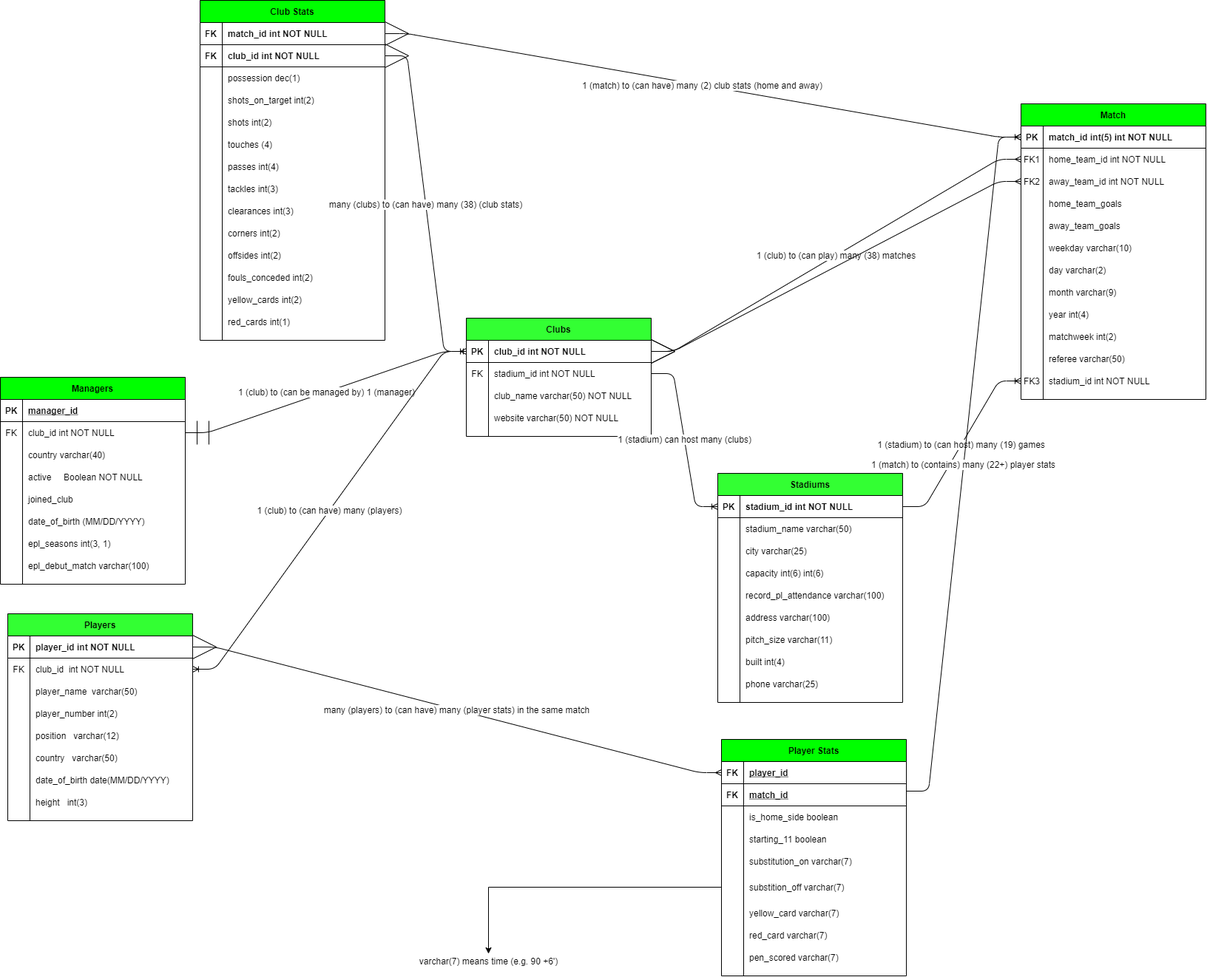
Above: Premier League Database.png in narekzamanyan97/Scraped-EPL-Data-Into-a-Database (draw.io), before the change. Source tidied: cells renumbered, new cells last; positions are measured from the earlier drawing's top-left corner, leaving out a move shared by most shapes.
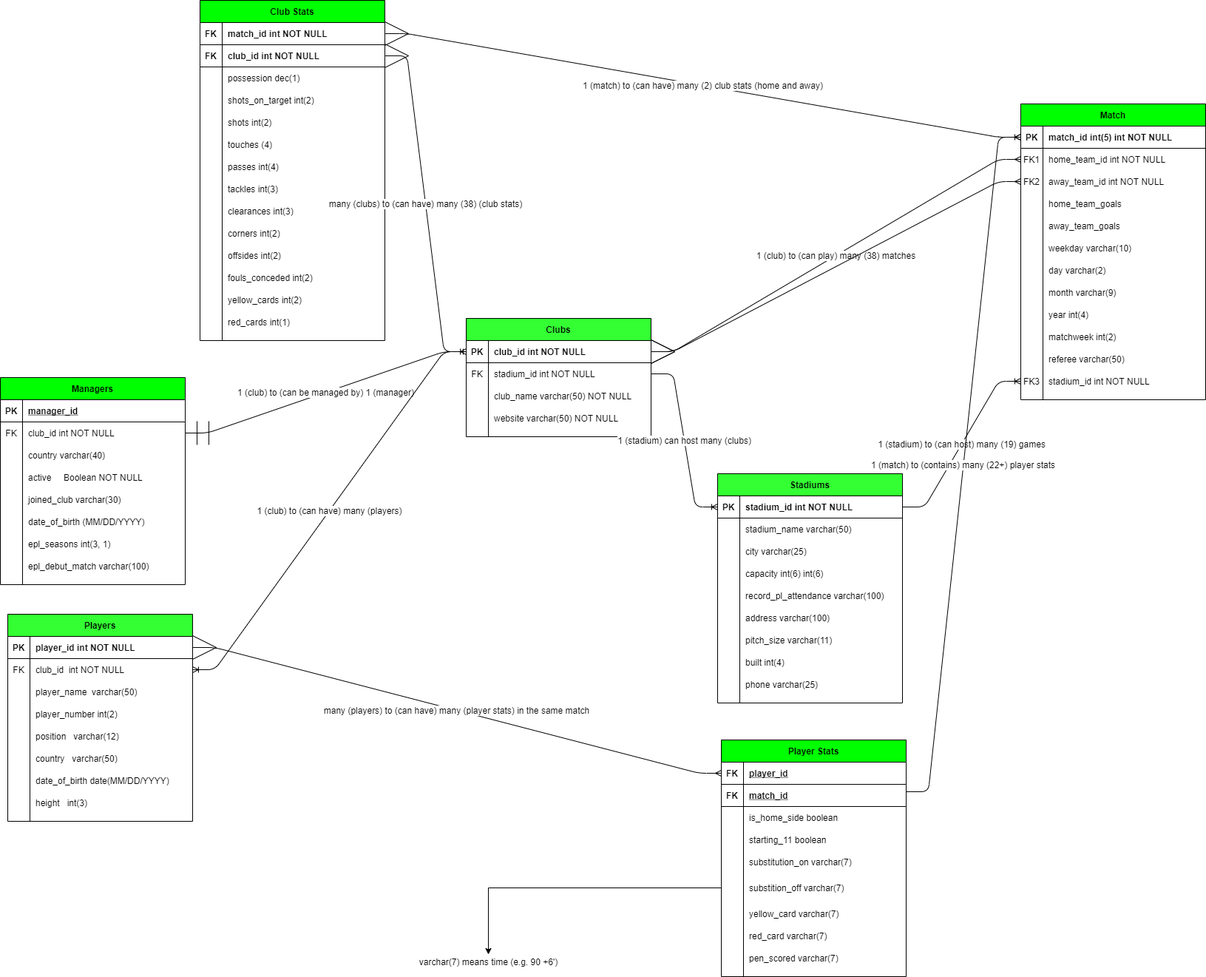
Later version of the same file.

The edit, as a diff of the source:
```diff
@@ -47,7 +47,7 @@
     <mxCell id="16" style="shape=partialRectangle;overflow=hidden;fillColor=none;top=0;left=0;bottom=0;right=0;" parent="15" vertex="1">
       <mxGeometry width="30" height="30" as="geometry" />
     </mxCell>
-    <mxCell id="17" value="joined_club" style="shape=partialRectangle;overflow=hidden;fillColor=none;top=0;left=0;bottom=0;right=0;align=left;spacingLeft=6;" parent="15" vertex="1">
+    <mxCell id="17" value="joined_club varchar(30)" style="shape=partialRectangle;overflow=hidden;fillColor=none;top=0;left=0;bottom=0;right=0;align=left;spacingLeft=6;" parent="15" vertex="1">
       <mxGeometry x="30" width="220" height="30" as="geometry" />
     </mxCell>
     <mxCell id="18" style="shape=partialRectangle;fillColor=none;top=0;left=0;right=0;bottom=0;" parent="2" vertex="1">
```
